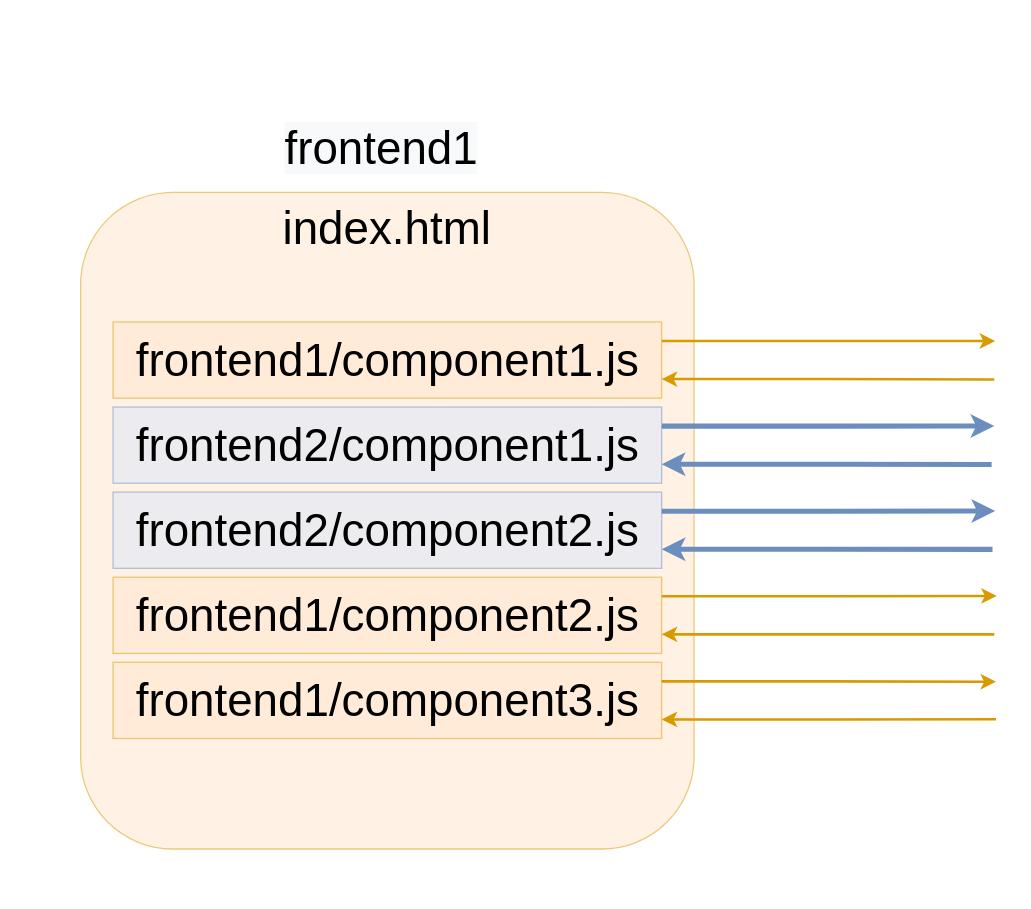
The draw.io diagram page "Browser Requests" (1 of 6) of .docs/Portal-Gateway.drawio in uniport/uniport-gateway, before the edit. Source tidied: cells renumbered, new cells numbered last; positions are measured from the earlier drawing's top-left corner, leaving out a move shared by most shapes. Both pictures are drawn from the tidied source at 127%, with x=0, y=0 at pixel (80, 112).
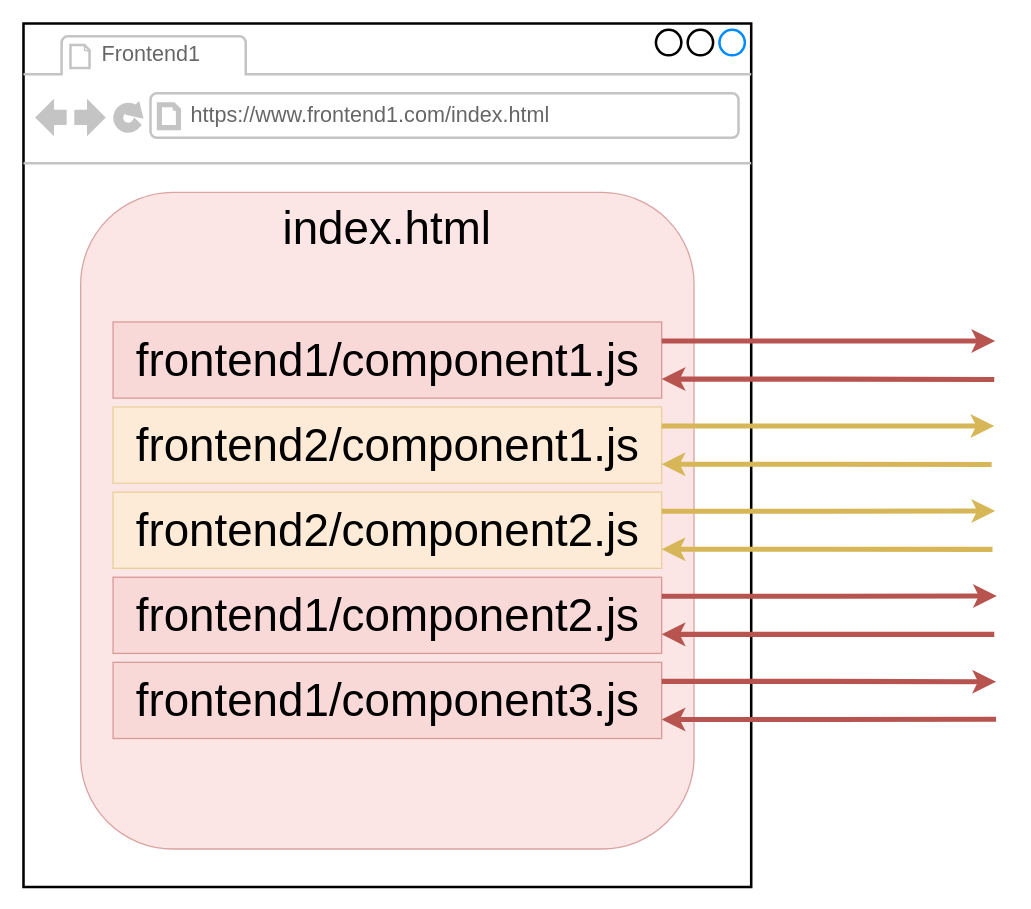
The same diagram, later.

Change to the diagram source:
```diff
@@
+    <mxCell id="19" style="strokeWidth=2;shadow=0;dashed=0;align=center;html=1;shape=mxgraph.mockup.containers.browserWindow;rSize=0;strokeColor2=#008cff;strokeColor3=#c4c4c4;mainText=,;" parent="1" vertex="1">
+      <mxGeometry x="-45" y="-70" width="573" height="680" as="geometry" />
+    </mxCell>
+    <mxCell id="20" value="Frontend1" style="strokeWidth=1;shadow=0;dashed=0;align=center;html=1;shape=mxgraph.mockup.containers.anchor;fontSize=17;fontColor=#666666;align=left;whiteSpace=wrap;" parent="19" vertex="1">
+      <mxGeometry x="60" y="12" width="110" height="26" as="geometry" />
+    </mxCell>
+    <mxCell id="21" value="https://www.frontend1.com/index.html" style="strokeWidth=1;shadow=0;dashed=0;align=center;html=1;shape=mxgraph.mockup.containers.anchor;rSize=0;fontSize=17;fontColor=#666666;align=left;" parent="19" vertex="1">
+      <mxGeometry x="130" y="60" width="421" height="26" as="geometry" />
+    </mxCell>
-    <mxCell id="2" value="&lt;font color=&quot;#000000&quot;&gt;index.html&lt;/font&gt;" style="rounded=1;whiteSpace=wrap;html=1;fontSize=36;fillColor=#ffe6cc;opacity=50;verticalAlign=top;strokeColor=#d79b00;" parent="1" vertex="1">
+    <mxCell id="2" value="&lt;font color=&quot;#000000&quot;&gt;index.html&lt;/font&gt;" style="rounded=1;whiteSpace=wrap;html=1;fontSize=36;fillColor=#f8cecc;opacity=50;verticalAlign=top;strokeColor=#b85450;" parent="1" vertex="1">
       <mxGeometry y="63" width="483" height="517" as="geometry" />
     </mxCell>
-    <mxCell id="3" style="edgeStyle=orthogonalEdgeStyle;rounded=0;jettySize=auto;html=1;exitX=1;exitY=0.25;exitDx=0;exitDy=0;fontSize=36;fontColor=#000000;endArrow=classic;endFill=1;strokeWidth=4;fillColor=#dae8fc;strokeColor=#6c8ebf;" parent="1" edge="1" source="5">
+    <mxCell id="3" style="edgeStyle=orthogonalEdgeStyle;rounded=0;jettySize=auto;html=1;exitX=1;exitY=0.25;exitDx=0;exitDy=0;fontSize=36;fontColor=#000000;endArrow=classic;endFill=1;strokeWidth=4;fillColor=#fff2cc;strokeColor=#d6b656;" parent="1" edge="1" source="5">
       <mxGeometry relative="1" as="geometry">
         <mxPoint x="719.4" y="246.9" as="targetPoint" />
       </mxGeometry>
     </mxCell>
-    <mxCell id="4" style="edgeStyle=orthogonalEdgeStyle;rounded=0;jettySize=auto;html=1;exitX=1;exitY=0.75;exitDx=0;exitDy=0;fontSize=36;fontColor=#000000;startArrow=classic;startFill=1;endArrow=none;endFill=0;strokeWidth=4;fillColor=#dae8fc;strokeColor=#6c8ebf;" parent="1" edge="1" source="5">
+    <mxCell id="4" style="edgeStyle=orthogonalEdgeStyle;rounded=0;jettySize=auto;html=1;exitX=1;exitY=0.75;exitDx=0;exitDy=0;fontSize=36;fontColor=#000000;startArrow=classic;startFill=1;endArrow=none;endFill=0;strokeWidth=4;fillColor=#fff2cc;strokeColor=#d6b656;" parent="1" edge="1" source="5">
       <mxGeometry relative="1" as="geometry">
         <mxPoint x="717.3" y="277.2" as="targetPoint" />
       </mxGeometry>
     </mxCell>
-    <mxCell id="5" value="frontend2/component1.js" style="rounded=0;whiteSpace=wrap;html=1;fontSize=36;fillColor=#dae8fc;opacity=50;strokeColor=#6c8ebf;" parent="1" vertex="1">
+    <mxCell id="5" value="frontend2/component1.js" style="rounded=0;whiteSpace=wrap;html=1;fontSize=36;fillColor=#fff2cc;opacity=50;strokeColor=#d6b656;" parent="1" vertex="1">
       <mxGeometry x="25.5" y="232" width="432" height="60" as="geometry" />
     </mxCell>
-    <mxCell id="6" value="&lt;span style=&quot;color: rgb(0, 0, 0); font-family: helvetica; font-size: 36px; font-style: normal; font-weight: 400; letter-spacing: normal; text-align: center; text-indent: 0px; text-transform: none; word-spacing: 0px; background-color: rgb(248, 249, 250); display: inline; float: none;&quot;&gt;frontend1&lt;/span&gt;" style="text;whiteSpace=wrap;html=1;fontSize=36;fontColor=#000000;" parent="1" vertex="1">
-      <mxGeometry x="159" width="172" height="57" as="geometry" />
-    </mxCell>
-    <mxCell id="7" style="edgeStyle=orthogonalEdgeStyle;rounded=0;jettySize=auto;html=1;exitX=1;exitY=0.25;exitDx=0;exitDy=0;fontSize=36;fontColor=#000000;endArrow=classic;endFill=1;strokeWidth=4;fillColor=#dae8fc;strokeColor=#6c8ebf;" parent="1" edge="1" source="9">
+    <mxCell id="7" style="edgeStyle=orthogonalEdgeStyle;rounded=0;jettySize=auto;html=1;exitX=1;exitY=0.25;exitDx=0;exitDy=0;fontSize=36;fontColor=#000000;endArrow=classic;endFill=1;strokeWidth=4;fillColor=#fff2cc;strokeColor=#d6b656;" parent="1" edge="1" source="9">
       <mxGeometry relative="1" as="geometry">
         <mxPoint x="720.1" y="313.8" as="targetPoint" />
       </mxGeometry>
     </mxCell>
-    <mxCell id="8" style="edgeStyle=orthogonalEdgeStyle;rounded=0;jettySize=auto;html=1;exitX=1;exitY=0.75;exitDx=0;exitDy=0;fontSize=36;fontColor=#000000;startArrow=classic;startFill=1;endArrow=none;endFill=0;strokeWidth=4;fillColor=#dae8fc;strokeColor=#6c8ebf;" parent="1" edge="1" source="9">
+    <mxCell id="8" style="edgeStyle=orthogonalEdgeStyle;rounded=0;jettySize=auto;html=1;exitX=1;exitY=0.75;exitDx=0;exitDy=0;fontSize=36;fontColor=#000000;startArrow=classic;startFill=1;endArrow=none;endFill=0;strokeWidth=4;fillColor=#fff2cc;strokeColor=#d6b656;" parent="1" edge="1" source="9">
       <mxGeometry relative="1" as="geometry">
         <mxPoint x="718" y="344.1" as="targetPoint" />
       </mxGeometry>
     </mxCell>
-    <mxCell id="9" value="frontend2/component2.js" style="rounded=0;whiteSpace=wrap;html=1;fontSize=36;fillColor=#dae8fc;opacity=50;strokeColor=#6c8ebf;" parent="1" vertex="1">
+    <mxCell id="9" value="frontend2/component2.js" style="rounded=0;whiteSpace=wrap;html=1;fontSize=36;fillColor=#fff2cc;opacity=50;strokeColor=#d6b656;" parent="1" vertex="1">
       <mxGeometry x="25.5" y="299" width="432" height="60" as="geometry" />
     </mxCell>
-    <mxCell id="10" style="edgeStyle=orthogonalEdgeStyle;rounded=0;jettySize=auto;html=1;exitX=1;exitY=0.25;exitDx=0;exitDy=0;fontSize=36;fontColor=#000000;endArrow=classic;endFill=1;strokeWidth=2;fillColor=#ffe6cc;strokeColor=#d79b00;" parent="1" edge="1" source="12">
+    <mxCell id="10" style="edgeStyle=orthogonalEdgeStyle;rounded=0;jettySize=auto;html=1;exitX=1;exitY=0.25;exitDx=0;exitDy=0;fontSize=36;fontColor=#000000;endArrow=classic;endFill=1;strokeWidth=4;fillColor=#f8cecc;strokeColor=#b85450;" parent="1" edge="1" source="12">
       <mxGeometry relative="1" as="geometry">
         <mxPoint x="720.1" y="180" as="targetPoint" />
       </mxGeometry>
     </mxCell>
-    <mxCell id="11" style="edgeStyle=orthogonalEdgeStyle;rounded=0;jettySize=auto;html=1;exitX=1;exitY=0.75;exitDx=0;exitDy=0;fontSize=36;fontColor=#000000;endArrow=none;endFill=0;strokeWidth=2;startArrow=classic;startFill=1;fillColor=#ffe6cc;strokeColor=#d79b00;" parent="1" edge="1" source="12">
+    <mxCell id="11" style="edgeStyle=orthogonalEdgeStyle;rounded=0;jettySize=auto;html=1;exitX=1;exitY=0.75;exitDx=0;exitDy=0;fontSize=36;fontColor=#000000;endArrow=none;endFill=0;strokeWidth=4;startArrow=classic;startFill=1;fillColor=#f8cecc;strokeColor=#b85450;" parent="1" edge="1" source="12">
       <mxGeometry relative="1" as="geometry">
         <mxPoint x="719.4" y="210.3" as="targetPoint" />
       </mxGeometry>
     </mxCell>
-    <mxCell id="12" value="frontend1/component1.js" style="rounded=0;whiteSpace=wrap;html=1;fontSize=36;fillColor=#ffe6cc;opacity=50;strokeColor=#d79b00;" parent="1" vertex="1">
+    <mxCell id="12" value="frontend1/component1.js" style="rounded=0;whiteSpace=wrap;html=1;fontSize=36;fillColor=#f8cecc;opacity=50;strokeColor=#b85450;" parent="1" vertex="1">
       <mxGeometry x="25.5" y="165" width="432" height="60" as="geometry" />
     </mxCell>
-    <mxCell id="13" style="edgeStyle=orthogonalEdgeStyle;rounded=0;jettySize=auto;html=1;exitX=1;exitY=0.25;exitDx=0;exitDy=0;fontSize=36;fontColor=#000000;endArrow=classic;endFill=1;strokeWidth=2;fillColor=#ffe6cc;strokeColor=#d79b00;" parent="1" edge="1" source="15">
+    <mxCell id="13" style="edgeStyle=orthogonalEdgeStyle;rounded=0;jettySize=auto;html=1;exitX=1;exitY=0.25;exitDx=0;exitDy=0;fontSize=36;fontColor=#000000;endArrow=classic;endFill=1;strokeWidth=4;fillColor=#f8cecc;strokeColor=#b85450;" parent="1" edge="1" source="15">
       <mxGeometry relative="1" as="geometry">
         <mxPoint x="721.4" y="380.7" as="targetPoint" />
       </mxGeometry>
     </mxCell>
-    <mxCell id="14" style="edgeStyle=orthogonalEdgeStyle;rounded=0;jettySize=auto;html=1;exitX=1;exitY=0.75;exitDx=0;exitDy=0;fontSize=36;fontColor=#000000;startArrow=classic;startFill=1;endArrow=none;endFill=0;strokeWidth=2;fillColor=#ffe6cc;strokeColor=#d79b00;" parent="1" edge="1" source="15">
+    <mxCell id="14" style="edgeStyle=orthogonalEdgeStyle;rounded=0;jettySize=auto;html=1;exitX=1;exitY=0.75;exitDx=0;exitDy=0;fontSize=36;fontColor=#000000;startArrow=classic;startFill=1;endArrow=none;endFill=0;strokeWidth=4;fillColor=#f8cecc;strokeColor=#b85450;" parent="1" edge="1" source="15">
       <mxGeometry relative="1" as="geometry">
         <mxPoint x="719.4" y="411" as="targetPoint" />
       </mxGeometry>
     </mxCell>
-    <mxCell id="15" value="frontend1/component2.js" style="rounded=0;whiteSpace=wrap;html=1;fontSize=36;fillColor=#ffe6cc;opacity=50;strokeColor=#d79b00;" parent="1" vertex="1">
+    <mxCell id="15" value="frontend1/component2.js" style="rounded=0;whiteSpace=wrap;html=1;fontSize=36;fillColor=#f8cecc;opacity=50;strokeColor=#b85450;" parent="1" vertex="1">
       <mxGeometry x="25.5" y="366" width="432" height="60" as="geometry" />
     </mxCell>
-    <mxCell id="16" style="edgeStyle=orthogonalEdgeStyle;rounded=0;jettySize=auto;html=1;exitX=1;exitY=0.25;exitDx=0;exitDy=0;fontSize=36;fontColor=#000000;endArrow=classic;endFill=1;strokeWidth=2;fillColor=#ffe6cc;strokeColor=#d79b00;" parent="1" edge="1" source="18">
+    <mxCell id="16" style="edgeStyle=orthogonalEdgeStyle;rounded=0;jettySize=auto;html=1;exitX=1;exitY=0.25;exitDx=0;exitDy=0;fontSize=36;fontColor=#000000;endArrow=classic;endFill=1;strokeWidth=4;fillColor=#f8cecc;strokeColor=#b85450;" parent="1" edge="1" source="18">
       <mxGeometry relative="1" as="geometry">
         <mxPoint x="720.8" y="448.3" as="targetPoint" />
       </mxGeometry>
     </mxCell>
-    <mxCell id="17" style="edgeStyle=orthogonalEdgeStyle;rounded=0;jettySize=auto;html=1;exitX=1;exitY=0.75;exitDx=0;exitDy=0;fontSize=36;fontColor=#000000;startArrow=classic;startFill=1;endArrow=none;endFill=0;strokeWidth=2;fillColor=#ffe6cc;strokeColor=#d79b00;" parent="1" edge="1" source="18">
+    <mxCell id="17" style="edgeStyle=orthogonalEdgeStyle;rounded=0;jettySize=auto;html=1;exitX=1;exitY=0.75;exitDx=0;exitDy=0;fontSize=36;fontColor=#000000;startArrow=classic;startFill=1;endArrow=none;endFill=0;strokeWidth=4;fillColor=#f8cecc;strokeColor=#b85450;" parent="1" edge="1" source="18">
       <mxGeometry relative="1" as="geometry">
         <mxPoint x="720.8" y="477.9" as="targetPoint" />
       </mxGeometry>
     </mxCell>
-    <mxCell id="18" value="frontend1/component3.js" style="rounded=0;whiteSpace=wrap;html=1;fontSize=36;fillColor=#ffe6cc;opacity=50;strokeColor=#d79b00;" parent="1" vertex="1">
+    <mxCell id="18" value="frontend1/component3.js" style="rounded=0;whiteSpace=wrap;html=1;fontSize=36;fillColor=#f8cecc;opacity=50;strokeColor=#b85450;" parent="1" vertex="1">
       <mxGeometry x="25.5" y="433" width="432" height="60" as="geometry" />
     </mxCell>
```
